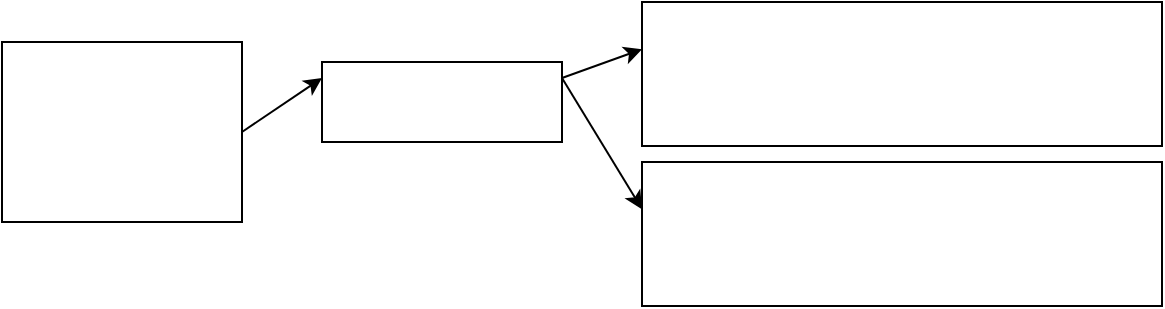
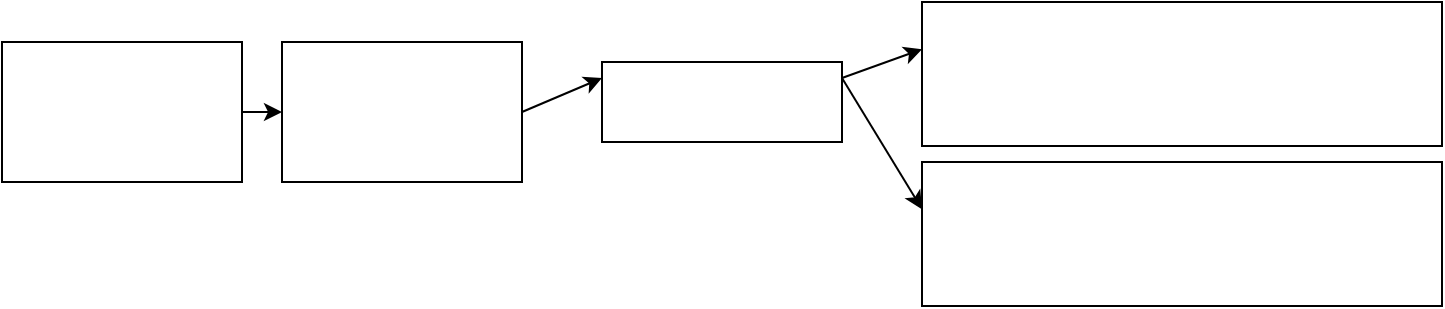
<mxfile>
  <diagram>
    <mxGraphModel>
      <root>
        <mxCell id="0"/>
        <mxCell id="1" parent="0"/>
+         <object gap="4" name="src0" placeholders="1" id="9">
+           <mxCell style="drawclockType=source;points=[[1.0000,0.5000,0,0,0]];" vertex="1" parent="1">
+             <mxGeometry x="0" y="40" width="120" height="70" as="geometry"/>
+           </mxCell>
+         </object>
        <object gap="4" name="pll0" placeholders="1" id="10">
-           <mxCell style="drawclockType=pll;points=[[1.0000,0.5000,0,0,0]];" vertex="1" parent="1">
-             <mxGeometry x="40" y="40" width="120" height="90" as="geometry"/>
+           <mxCell style="drawclockType=pll;points=[[0.3500,0.3333,0,0,0],[0.6500,0.3333,0,0,0]];" vertex="1" parent="1">
+             <mxGeometry x="140" y="40" width="120" height="70" as="geometry"/>
          </mxCell>
        </object>
        <object gap="4" name="bus" placeholders="1" id="11">
          <mxCell style="drawclockType=wire;points=[[0.2500,0.3500,0,0,0],[0.7500,0.3500,0,0,0]];" vertex="1" parent="1">
-             <mxGeometry x="200" y="50" width="120" height="40" as="geometry"/>
+             <mxGeometry x="300" y="50" width="120" height="40" as="geometry"/>
          </mxCell>
        </object>
        <object freq="100" freq_gap="60" gap="4" name="clk_a" placeholders="1" id="12">
          <mxCell style="drawclockType=clock;points=[[0.2583,0.4167,0,0,0]];" vertex="1" parent="1">
-             <mxGeometry x="360" y="20" width="260" height="72" as="geometry"/>
+             <mxGeometry x="460" y="20" width="260" height="72" as="geometry"/>
          </mxCell>
        </object>
        <object freq="200" freq_gap="60" gap="4" name="clk_b" placeholders="1" id="13">
          <mxCell style="drawclockType=clock;points=[[0.2583,0.4167,0,0,0]];" vertex="1" parent="1">
-             <mxGeometry x="360" y="100" width="260" height="72" as="geometry"/>
+             <mxGeometry x="460" y="100" width="260" height="72" as="geometry"/>
          </mxCell>
        </object>
+         <mxCell id="19" style="exitX=1;exitY=0.5;entryX=0;entryY=0.5;" edge="1" parent="1" source="9" target="10">
+           <mxGeometry relative="1" as="geometry"/>
+         </mxCell>
        <mxCell id="20" style="exitX=1;exitY=0.5;entryX=0.25;entryY=0.35;" edge="1" parent="1" source="10" target="11">
          <mxGeometry relative="1" as="geometry"/>
        </mxCell>
        <mxCell id="21" style="exitX=0.75;exitY=0.35;entryX=0.2583;entryY=0.4167;" edge="1" parent="1" source="11" target="12">
          <mxGeometry relative="1" as="geometry"/>
        </mxCell>
        <mxCell id="22" style="exitX=0.75;exitY=0.35;entryX=0.2583;entryY=0.4167;" edge="1" parent="1" source="11" target="13">
          <mxGeometry relative="1" as="geometry"/>
        </mxCell>
      </root>
    </mxGraphModel>
  </diagram>
</mxfile>
